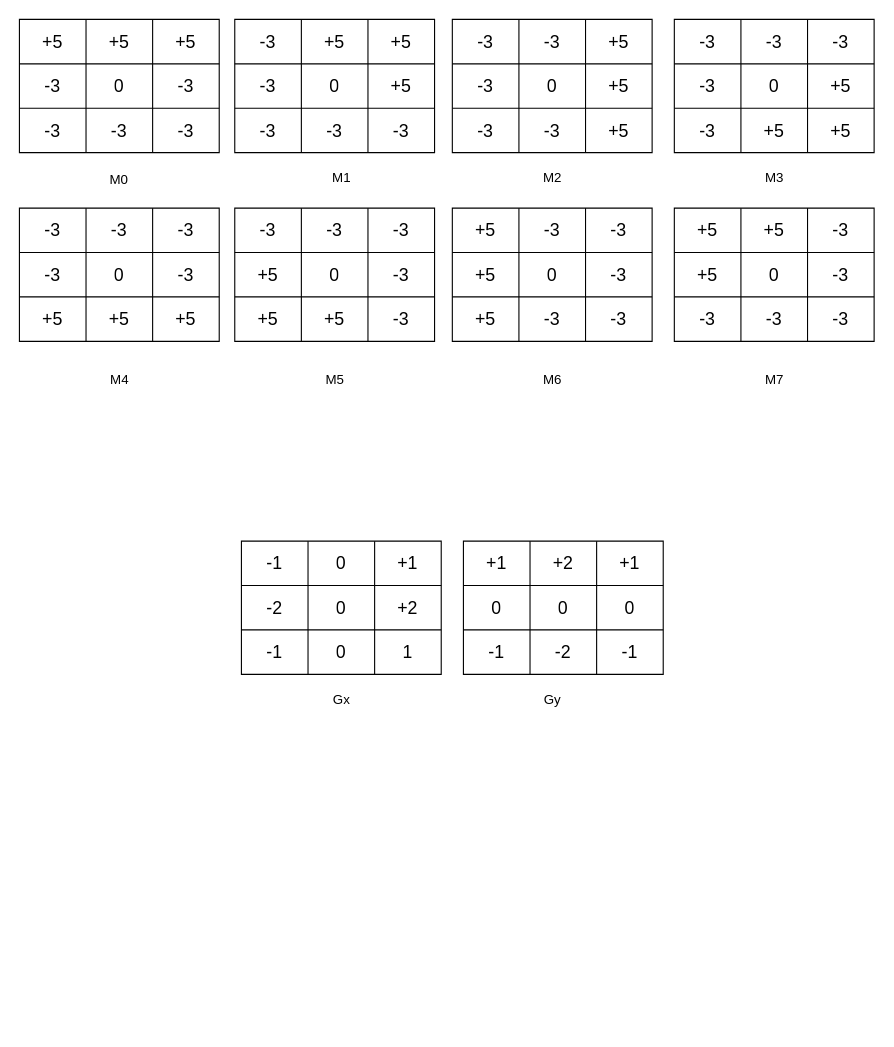
Before: page "第 1 页" (1 of 3) of 未命名绘图.drawio in yyy-router/drawio, a draw.io diagram. Source tidied: cells renumbered, new cells numbered last; positions are measured from the earlier drawing's top-left corner, leaving out a move shared by most shapes. Both pictures are drawn from the tidied source at 111%, with x=0, y=0 at pixel (19, 19).
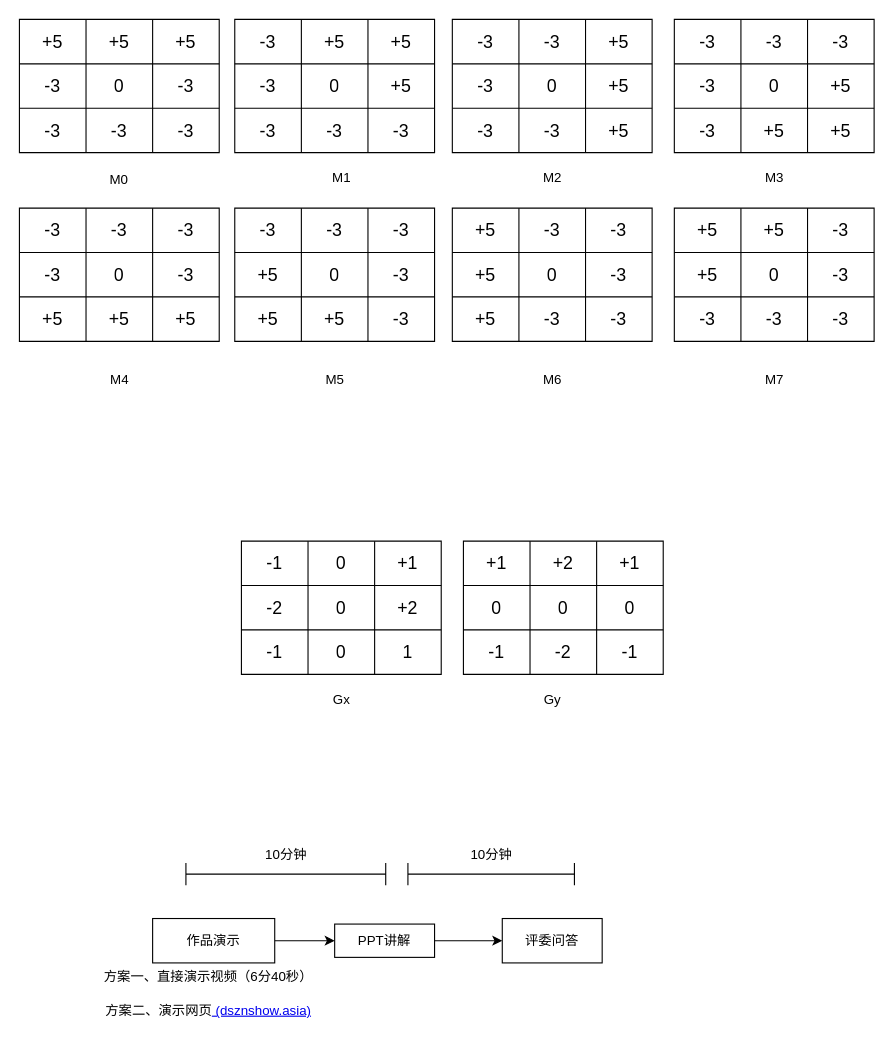
After the change.

Diff of the diagram source:
```diff
@@
+    <mxCell id="142" style="edgeStyle=orthogonalEdgeStyle;rounded=0;jettySize=auto;html=1;" parent="1" edge="1" source="143" target="145">
+      <mxGeometry relative="1" as="geometry" />
+    </mxCell>
+    <mxCell id="143" value="作品演示" style="rounded=0;whiteSpace=wrap;html=1;" parent="1" vertex="1">
+      <mxGeometry x="120" y="810" width="110" height="40" as="geometry" />
+    </mxCell>
+    <mxCell id="144" style="edgeStyle=orthogonalEdgeStyle;rounded=0;jettySize=auto;html=1;" parent="1" edge="1" source="145" target="146">
+      <mxGeometry relative="1" as="geometry" />
+    </mxCell>
+    <mxCell id="145" value="PPT讲解" style="rounded=0;whiteSpace=wrap;html=1;" parent="1" vertex="1">
+      <mxGeometry x="284" y="815" width="90" height="30" as="geometry" />
+    </mxCell>
+    <mxCell id="146" value="评委问答" style="rounded=0;whiteSpace=wrap;html=1;" parent="1" vertex="1">
+      <mxGeometry x="435" y="810" width="90" height="40" as="geometry" />
+    </mxCell>
+    <mxCell id="147" style="shape=crossbar;whiteSpace=wrap;html=1;rounded=1;" parent="1" vertex="1">
+      <mxGeometry x="150" y="760" width="180" height="20" as="geometry" />
+    </mxCell>
+    <mxCell id="148" value="10分钟" style="text;html=1;align=center;verticalAlign=middle;strokeColor=none;fillColor=none;" parent="1" vertex="1">
+      <mxGeometry x="210" y="738" width="60" height="30" as="geometry" />
+    </mxCell>
+    <mxCell id="149" style="shape=crossbar;whiteSpace=wrap;html=1;rounded=1;" parent="1" vertex="1">
+      <mxGeometry x="350" y="760" width="150" height="20" as="geometry" />
+    </mxCell>
+    <mxCell id="150" value="10分钟" style="text;html=1;align=center;verticalAlign=middle;strokeColor=none;fillColor=none;" parent="1" vertex="1">
+      <mxGeometry x="395" y="738" width="60" height="30" as="geometry" />
+    </mxCell>
+    <mxCell id="151" value="方案一、直接演示视频（6分40秒）" style="text;html=1;align=center;verticalAlign=middle;strokeColor=none;fillColor=none;" parent="1" vertex="1">
+      <mxGeometry x="65" y="848" width="210" height="30" as="geometry" />
+    </mxCell>
+    <mxCell id="152" value="方案二、演示网页&lt;a href=&quot;https://www.dsznshow.asia/&quot;&gt;&amp;nbsp;(dsznshow.asia)&lt;/a&gt;" style="text;html=1;align=center;verticalAlign=middle;strokeColor=none;fillColor=none;" parent="1" vertex="1">
+      <mxGeometry x="65" y="878" width="210" height="30" as="geometry" />
+    </mxCell>
```
